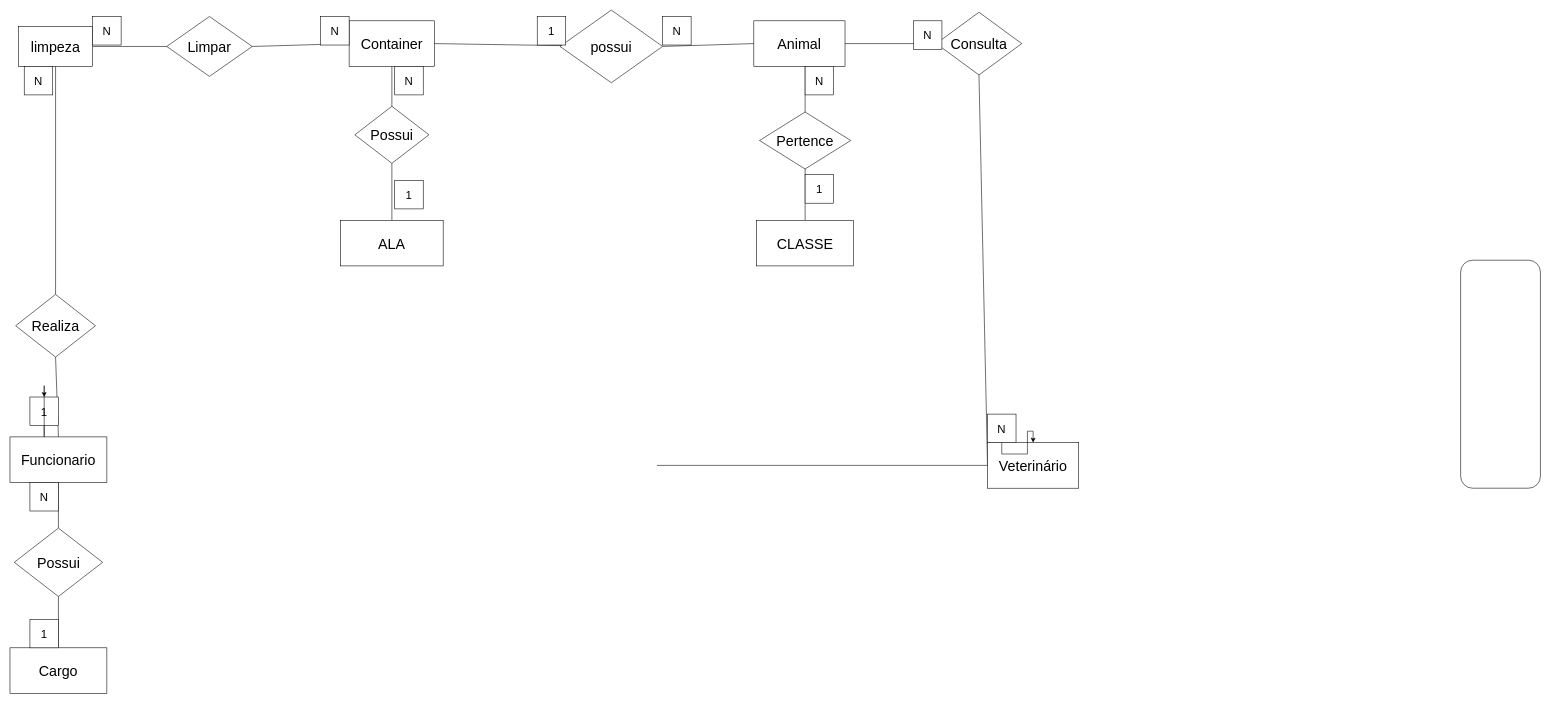
Above: DER.drawio in GabrielMessiasdaSilva/Eng.Software (draw.io), before the change. Source tidied: cells renumbered, new cells numbered last; positions are measured from the earlier drawing's top-left corner, leaving out a move shared by most shapes. Both pictures are drawn from the tidied source at 57%, with x=0, y=0 at pixel (10, 10).
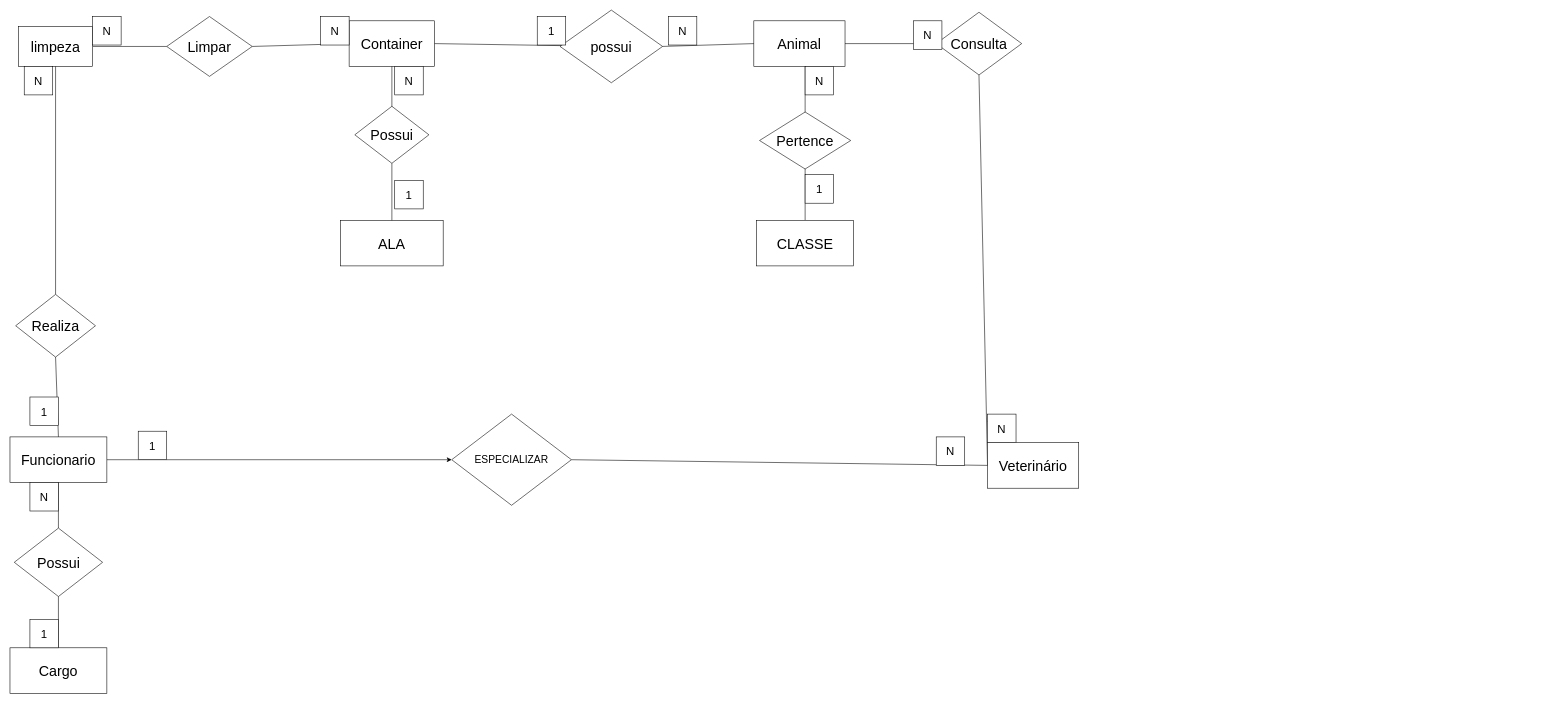
After the change.

Unchanged cells that the change refers to:
```xml
<mxCell id="19" value="&lt;span style=&quot;font-size: 25px;&quot;&gt;Funcionario&lt;/span&gt;" style="rounded=0;whiteSpace=wrap;html=1;" parent="1" vertex="1">
  <mxGeometry y="749" width="170" height="80" as="geometry" />
</mxCell>
<mxCell id="27" value="&lt;span style=&quot;font-size: 25px;&quot;&gt;Veterinário&lt;/span&gt;" style="rounded=0;whiteSpace=wrap;html=1;" parent="1" vertex="1">
  <mxGeometry x="1715" y="759" width="160" height="80" as="geometry" />
</mxCell>
<mxCell id="34" value="&lt;font style=&quot;font-size: 20px;&quot;&gt;N&lt;/font&gt;" style="rounded=0;whiteSpace=wrap;html=1;" parent="1" vertex="1">
  <mxGeometry x="1715" y="709" width="50" height="50" as="geometry" />
</mxCell>
<mxCell id="45" value="&lt;span style=&quot;font-size: 20px;&quot;&gt;1&lt;/span&gt;" style="rounded=0;whiteSpace=wrap;html=1;" parent="1" vertex="1">
  <mxGeometry x="35" y="679" width="50" height="50" as="geometry" />
</mxCell>
```

What changed in the source:
```diff
@@
-    <mxCell id="5" style="rounded=1;whiteSpace=wrap;html=1;" parent="1" vertex="1">
-      <mxGeometry x="2545" y="439" width="140" height="400" as="geometry" />
-    </mxCell>
@@
+    <mxCell id="50" style="edgeStyle=orthogonalEdgeStyle;rounded=0;jettySize=auto;html=1;exitX=1;exitY=0.5;exitDx=0;exitDy=0;" parent="1" edge="1" source="19" target="51">
+      <mxGeometry relative="1" as="geometry" />
+    </mxCell>
@@
-    <mxCell id="33" style="edgeStyle=orthogonalEdgeStyle;rounded=0;jettySize=auto;html=1;" parent="1" edge="1" source="34" target="27">
-      <mxGeometry relative="1" as="geometry" />
-    </mxCell>
@@
     <mxCell id="37" value="&lt;font style=&quot;font-size: 20px;&quot;&gt;N&lt;/font&gt;" style="rounded=0;whiteSpace=wrap;html=1;" parent="1" vertex="1">
-      <mxGeometry x="1145" y="11.5" width="50" height="50" as="geometry" />
+      <mxGeometry x="1155" y="11.5" width="50" height="50" as="geometry" />
     </mxCell>
@@
-    <mxCell id="48" style="edgeStyle=orthogonalEdgeStyle;rounded=0;orthogonalLoop=1;jettySize=auto;html=1;exitX=0.5;exitY=1;exitDx=0;exitDy=0;entryX=0.5;entryY=0;entryDx=0;entryDy=0;" parent="1" edge="1" source="45" target="45">
-      <mxGeometry relative="1" as="geometry" />
-    </mxCell>
-    <mxCell id="49" style="endArrow=none;html=1;rounded=0;entryX=0;entryY=0.5;entryDx=0;entryDy=0;" parent="1" edge="1" target="27">
-      <mxGeometry relative="1" as="geometry">
-        <mxPoint x="1135" y="799" as="sourcePoint" />
-      </mxGeometry>
+    <mxCell id="49" style="endArrow=none;html=1;rounded=0;entryX=0;entryY=0.5;entryDx=0;entryDy=0;exitX=1;exitY=0.5;exitDx=0;exitDy=0;" parent="1" edge="1" source="51" target="27">
+      <mxGeometry relative="1" as="geometry" />
     </mxCell>
+    <mxCell id="51" value="&lt;font style=&quot;font-size: 18px;&quot;&gt;ESPECIALIZAR&lt;/font&gt;" style="rhombus;whiteSpace=wrap;html=1;" parent="1" vertex="1">
+      <mxGeometry x="775" y="709" width="210" height="160" as="geometry" />
+    </mxCell>
+    <mxCell id="52" value="&lt;font style=&quot;font-size: 20px;&quot;&gt;N&lt;/font&gt;" style="rounded=0;whiteSpace=wrap;html=1;" parent="1" vertex="1">
+      <mxGeometry x="1625" y="749" width="50" height="50" as="geometry" />
+    </mxCell>
+    <mxCell id="53" value="&lt;span style=&quot;font-size: 20px;&quot;&gt;1&lt;/span&gt;" style="rounded=0;whiteSpace=wrap;html=1;" parent="1" vertex="1">
+      <mxGeometry x="225" y="739" width="50" height="50" as="geometry" />
+    </mxCell>
```
